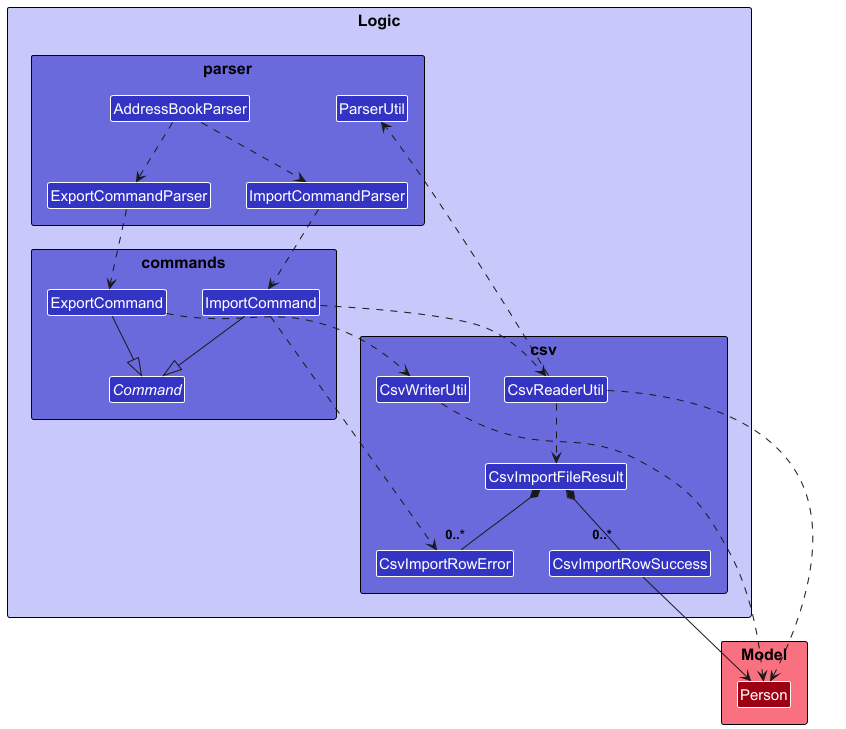
The PlantUML diagram docs/images/CsvImportExportCommandClassDiagram.png in AY2526S2-CS2103T-T12-1/tp, before a commit.
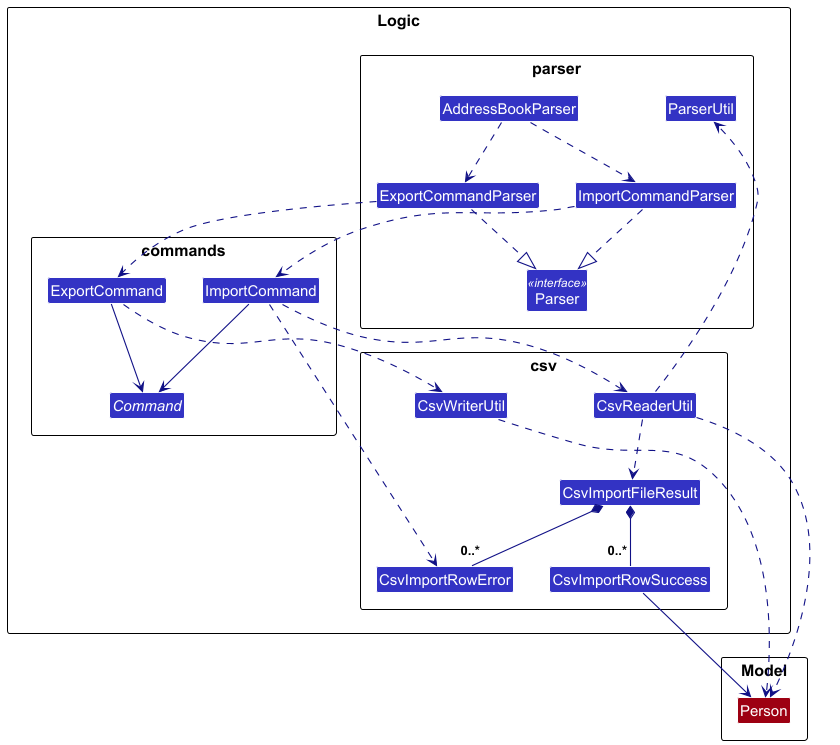
After the change.

Commit message:
Fix DG and class diagram

Diff of the diagram source:
```diff
@@ -1,24 +1,26 @@
 @startuml
 !include style.puml
-skinparam classAttributeIconSize 0
-hide empty members
+skinparam arrowThickness 1.1
+skinparam arrowColor LOGIC_COLOR_T4
+skinparam classBackgroundColor LOGIC_COLOR
 
-package Logic LOGIC_COLOR_T1 {
+package Logic {
 
-  package commands LOGIC_COLOR_T2 {
+  package commands {
     abstract class Command LOGIC_COLOR
     class ExportCommand LOGIC_COLOR
     class ImportCommand LOGIC_COLOR
   }
 
-  package parser LOGIC_COLOR_T2 {
+  package parser {
     class AddressBookParser LOGIC_COLOR
+    class Parser <<interface>> LOGIC_COLOR
     class ExportCommandParser LOGIC_COLOR
     class ImportCommandParser LOGIC_COLOR
     class ParserUtil LOGIC_COLOR
   }
 
-  package csv LOGIC_COLOR_T2 {
+  package csv {
     class CsvWriterUtil LOGIC_COLOR
     class CsvReaderUtil LOGIC_COLOR
     class CsvImportFileResult LOGIC_COLOR
@@ -27,18 +29,21 @@
   }
 }
 
-package Model MODEL_COLOR_T1 {
+package Model {
   class Person MODEL_COLOR
 }
 
 AddressBookParser ..> ExportCommandParser
 AddressBookParser ..> ImportCommandParser
 
+ExportCommandParser ..|> Parser
+ImportCommandParser ..|> Parser
+
 ExportCommandParser ..> ExportCommand
 ImportCommandParser ..> ImportCommand
 
-ExportCommand --|> Command
-ImportCommand --|> Command
+ExportCommand --> Command
+ImportCommand --> Command
 
 ExportCommand ..> CsvWriterUtil
 
```
